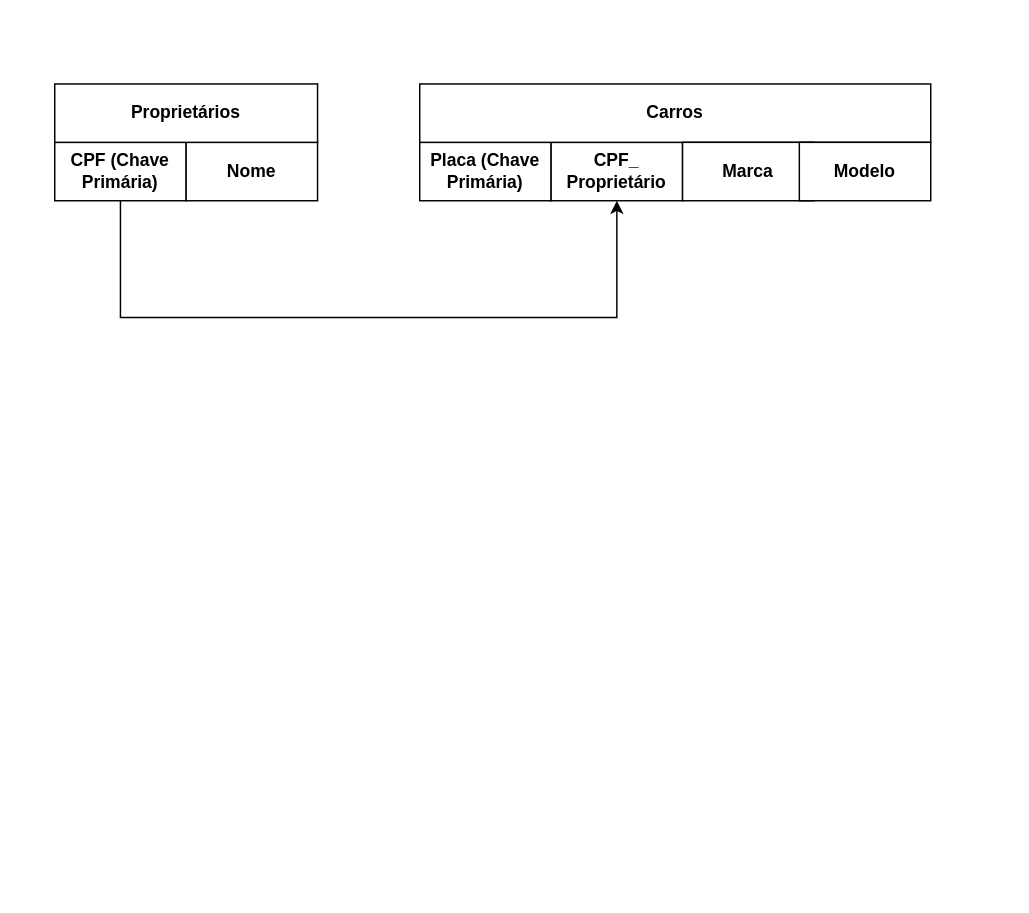
Above: Diagrama sem nome.drawio in ArturRSA19/SBD1 (draw.io), before the change. Source tidied: cells renumbered, new cells numbered last; positions are measured from the earlier drawing's top-left corner, leaving out a move shared by most shapes. Both pictures are drawn from the tidied source at 146%, with x=0, y=0 at pixel (54, 83).
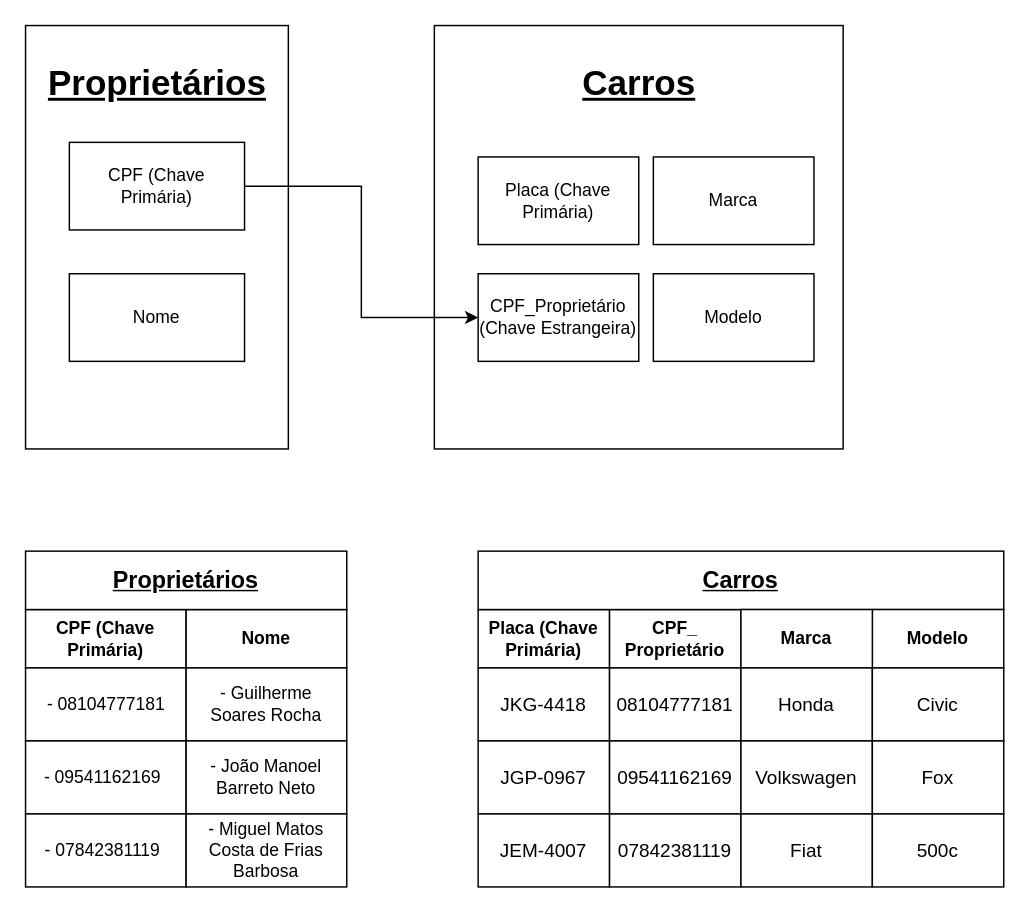
After the change.

Commit message:
Diagrama de Esquemas SBD1

Diff of the diagram source:
```diff
@@
     <mxCell id="2" value="&lt;b&gt;CPF (Chave Primária)&lt;br&gt;&lt;/b&gt;" style="rounded=0;whiteSpace=wrap;html=1;" parent="1" vertex="1">
-      <mxGeometry y="40" width="90" height="40" as="geometry" />
+      <mxGeometry x="-20" y="360" width="110" height="40" as="geometry" />
     </mxCell>
     <mxCell id="3" value="&lt;b&gt;Nome&lt;/b&gt;" style="rounded=0;whiteSpace=wrap;html=1;" parent="1" vertex="1">
-      <mxGeometry x="90" y="40" width="90" height="40" as="geometry" />
+      <mxGeometry x="90" y="360" width="110" height="40" as="geometry" />
     </mxCell>
-    <mxCell id="4" value="&lt;b&gt;Proprietários&lt;br&gt;&lt;/b&gt;" style="rounded=0;whiteSpace=wrap;html=1;" parent="1" vertex="1">
-      <mxGeometry width="180" height="40" as="geometry" />
+    <mxCell id="4" value="&lt;b&gt;&lt;font style=&quot;font-size: 16px;&quot;&gt;&lt;u&gt;Proprietários&lt;/u&gt;&lt;/font&gt;&lt;br&gt;&lt;/b&gt;" style="rounded=0;whiteSpace=wrap;html=1;" parent="1" vertex="1">
+      <mxGeometry x="-20" y="320" width="220" height="40" as="geometry" />
     </mxCell>
     <mxCell id="5" value="&lt;b&gt;Placa (Chave Primária)&lt;br&gt;&lt;/b&gt;" style="rounded=0;whiteSpace=wrap;html=1;" parent="1" vertex="1">
-      <mxGeometry x="250" y="40" width="90" height="40" as="geometry" />
+      <mxGeometry x="290" y="360" width="90" height="40" as="geometry" />
     </mxCell>
     <mxCell id="6" value="&lt;b&gt;CPF_&lt;br&gt;Proprietário&lt;br&gt;&lt;/b&gt;" style="rounded=0;whiteSpace=wrap;html=1;" parent="1" vertex="1">
-      <mxGeometry x="340" y="40" width="90" height="40" as="geometry" />
+      <mxGeometry x="380" y="360" width="90" height="40" as="geometry" />
     </mxCell>
-    <mxCell id="7" value="&lt;b&gt;Carros&lt;br&gt;&lt;/b&gt;" style="rounded=0;whiteSpace=wrap;html=1;" parent="1" vertex="1">
-      <mxGeometry x="250" width="350" height="40" as="geometry" />
+    <mxCell id="7" value="&lt;b&gt;&lt;font style=&quot;font-size: 16px;&quot;&gt;&lt;u&gt;Carros&lt;/u&gt;&lt;/font&gt;&lt;br&gt;&lt;/b&gt;" style="rounded=0;whiteSpace=wrap;html=1;" parent="1" vertex="1">
+      <mxGeometry x="290" y="320" width="360" height="40" as="geometry" />
     </mxCell>
+    <mxCell id="9" value="&lt;b&gt;Modelo&lt;/b&gt;" style="rounded=0;whiteSpace=wrap;html=1;" parent="1" vertex="1">
+      <mxGeometry x="560" y="360" width="90" height="40" as="geometry" />
+    </mxCell>
+    <mxCell id="11" style="rounded=0;whiteSpace=wrap;html=1;" parent="1" vertex="1">
+      <mxGeometry x="-20" y="-40" width="180" height="290" as="geometry" />
+    </mxCell>
+    <mxCell id="12" value="&lt;u&gt;Proprietários&lt;/u&gt;" style="text;strokeColor=none;fillColor=none;html=1;fontSize=24;fontStyle=1;verticalAlign=middle;align=center;" parent="1" vertex="1">
+      <mxGeometry x="20" y="-20" width="100" height="40" as="geometry" />
+    </mxCell>
+    <mxCell id="13" value="CPF (Chave Primária)" style="rounded=0;whiteSpace=wrap;html=1;" parent="1" vertex="1">
+      <mxGeometry x="10" y="40" width="120" height="60" as="geometry" />
+    </mxCell>
+    <mxCell id="14" value="Nome" style="rounded=0;whiteSpace=wrap;html=1;" parent="1" vertex="1">
+      <mxGeometry x="10" y="130" width="120" height="60" as="geometry" />
+    </mxCell>
+    <mxCell id="15" style="rounded=0;whiteSpace=wrap;html=1;" parent="1" vertex="1">
+      <mxGeometry x="260" y="-40" width="280" height="290" as="geometry" />
+    </mxCell>
+    <mxCell id="16" value="Carros" style="text;strokeColor=none;fillColor=none;html=1;fontSize=24;fontStyle=5;verticalAlign=middle;align=center;" parent="1" vertex="1">
+      <mxGeometry x="350" y="-20" width="100" height="40" as="geometry" />
+    </mxCell>
+    <mxCell id="17" value="Placa (Chave Primária)" style="rounded=0;whiteSpace=wrap;html=1;" parent="1" vertex="1">
+      <mxGeometry x="290" y="50" width="110" height="60" as="geometry" />
+    </mxCell>
+    <mxCell id="18" value="CPF_Proprietário (Chave Estrangeira)" style="rounded=0;whiteSpace=wrap;html=1;" parent="1" vertex="1">
+      <mxGeometry x="290" y="130" width="110" height="60" as="geometry" />
+    </mxCell>
+    <mxCell id="19" value="Marca" style="rounded=0;whiteSpace=wrap;html=1;" parent="1" vertex="1">
+      <mxGeometry x="410" y="50" width="110" height="60" as="geometry" />
+    </mxCell>
+    <mxCell id="20" value="Modelo" style="rounded=0;whiteSpace=wrap;html=1;" parent="1" vertex="1">
+      <mxGeometry x="410" y="130" width="110" height="60" as="geometry" />
+    </mxCell>
+    <mxCell id="21" style="endArrow=classic;html=1;rounded=0;exitX=1;exitY=0.5;exitDx=0;exitDy=0;entryX=0;entryY=0.5;entryDx=0;entryDy=0;" parent="1" edge="1" source="13" target="18">
+      <mxGeometry relative="1" as="geometry">
+        <Array as="points">
+          <mxPoint x="210" y="70" />
+          <mxPoint x="210" y="160" />
+        </Array>
+      </mxGeometry>
+    </mxCell>
+    <mxCell id="22" style="rounded=0;whiteSpace=wrap;html=1;" parent="1" vertex="1">
+      <mxGeometry x="290" y="400" width="90" height="50" as="geometry" />
+    </mxCell>
+    <mxCell id="23" value="JKG-4418" style="text;html=1;strokeColor=none;fillColor=none;align=center;verticalAlign=middle;whiteSpace=wrap;rounded=0;fontSize=13;" parent="1" vertex="1">
+      <mxGeometry x="290" y="410" width="90" height="30" as="geometry" />
+    </mxCell>
+    <mxCell id="24" style="rounded=0;whiteSpace=wrap;html=1;" parent="1" vertex="1">
+      <mxGeometry x="380" y="400" width="90" height="50" as="geometry" />
+    </mxCell>
     <mxCell id="8" value="&lt;b&gt;Marca&lt;/b&gt;" style="rounded=0;whiteSpace=wrap;html=1;" parent="1" vertex="1">
-      <mxGeometry x="430" y="40" width="90" height="40" as="geometry" />
+      <mxGeometry x="470" y="360" width="90" height="40" as="geometry" />
     </mxCell>
-    <mxCell id="9" value="&lt;b&gt;Modelo&lt;/b&gt;" style="rounded=0;whiteSpace=wrap;html=1;" parent="1" vertex="1">
-      <mxGeometry x="510" y="40" width="90" height="40" as="geometry" />
-    </mxCell>
-    <mxCell id="10" style="endArrow=classic;html=1;rounded=0;exitX=0.5;exitY=1;exitDx=0;exitDy=0;entryX=0.5;entryY=1;entryDx=0;entryDy=0;" parent="1" edge="1" source="2" target="6">
-      <mxGeometry relative="1" as="geometry">
-        <Array as="points">
-          <mxPoint x="45" y="160" />
-          <mxPoint x="385" y="160" />
-        </Array>
-      </mxGeometry>
-    </mxCell>
+    <mxCell id="25" style="rounded=0;whiteSpace=wrap;html=1;" parent="1" vertex="1">
+      <mxGeometry x="470" y="400" width="90" height="50" as="geometry" />
+    </mxCell>
+    <mxCell id="26" style="rounded=0;whiteSpace=wrap;html=1;" parent="1" vertex="1">
+      <mxGeometry x="560" y="400" width="90" height="50" as="geometry" />
+    </mxCell>
+    <mxCell id="27" value="08104777181" style="text;html=1;strokeColor=none;fillColor=none;align=center;verticalAlign=middle;whiteSpace=wrap;rounded=0;fontSize=13;" parent="1" vertex="1">
+      <mxGeometry x="380" y="410" width="90" height="30" as="geometry" />
+    </mxCell>
+    <mxCell id="28" value="Honda" style="text;html=1;strokeColor=none;fillColor=none;align=center;verticalAlign=middle;whiteSpace=wrap;rounded=0;fontSize=13;" parent="1" vertex="1">
+      <mxGeometry x="470" y="410" width="90" height="30" as="geometry" />
+    </mxCell>
+    <mxCell id="29" value="Civic" style="text;html=1;strokeColor=none;fillColor=none;align=center;verticalAlign=middle;whiteSpace=wrap;rounded=0;fontSize=13;" parent="1" vertex="1">
+      <mxGeometry x="560" y="410" width="90" height="30" as="geometry" />
+    </mxCell>
+    <mxCell id="30" style="rounded=0;whiteSpace=wrap;html=1;" parent="1" vertex="1">
+      <mxGeometry x="-20" y="400" width="110" height="50" as="geometry" />
+    </mxCell>
+    <mxCell id="31" style="rounded=0;whiteSpace=wrap;html=1;" parent="1" vertex="1">
+      <mxGeometry x="90" y="400" width="110" height="50" as="geometry" />
+    </mxCell>
+    <mxCell id="32" value="- 08104777181" style="text;html=1;strokeColor=none;fillColor=none;align=center;verticalAlign=middle;whiteSpace=wrap;rounded=0;fontSize=12;" parent="1" vertex="1">
+      <mxGeometry x="-7.5" y="410" width="85" height="30" as="geometry" />
+    </mxCell>
+    <mxCell id="33" value="- Guilherme Soares Rocha" style="text;html=1;strokeColor=none;fillColor=none;align=center;verticalAlign=middle;whiteSpace=wrap;rounded=0;fontSize=12;" parent="1" vertex="1">
+      <mxGeometry x="100" y="410" width="90" height="30" as="geometry" />
+    </mxCell>
+    <mxCell id="34" style="rounded=0;whiteSpace=wrap;html=1;fontSize=12;" parent="1" vertex="1">
+      <mxGeometry x="-20" y="450" width="110" height="50" as="geometry" />
+    </mxCell>
+    <mxCell id="35" style="rounded=0;whiteSpace=wrap;html=1;" parent="1" vertex="1">
+      <mxGeometry x="-20" y="500" width="110" height="50" as="geometry" />
+    </mxCell>
+    <mxCell id="36" style="rounded=0;whiteSpace=wrap;html=1;fontSize=12;" parent="1" vertex="1">
+      <mxGeometry x="90" y="450" width="110" height="50" as="geometry" />
+    </mxCell>
+    <mxCell id="37" style="rounded=0;whiteSpace=wrap;html=1;" parent="1" vertex="1">
+      <mxGeometry x="90" y="500" width="110" height="50" as="geometry" />
+    </mxCell>
+    <mxCell id="38" value="- 09541162169" style="text;html=1;strokeColor=none;fillColor=none;align=center;verticalAlign=middle;whiteSpace=wrap;rounded=0;fontSize=12;" parent="1" vertex="1">
+      <mxGeometry x="-12.5" y="460" width="90" height="30" as="geometry" />
+    </mxCell>
+    <mxCell id="39" value="- João Manoel Barreto Neto" style="text;html=1;strokeColor=none;fillColor=none;align=center;verticalAlign=middle;whiteSpace=wrap;rounded=0;fontSize=12;" parent="1" vertex="1">
+      <mxGeometry x="100" y="460" width="90" height="30" as="geometry" />
+    </mxCell>
+    <mxCell id="40" value="- 07842381119" style="text;html=1;strokeColor=none;fillColor=none;align=center;verticalAlign=middle;whiteSpace=wrap;rounded=0;fontSize=12;" parent="1" vertex="1">
+      <mxGeometry x="-12.5" y="510" width="90" height="30" as="geometry" />
+    </mxCell>
+    <mxCell id="41" value="- Miguel Matos Costa de Frias Barbosa" style="text;html=1;strokeColor=none;fillColor=none;align=center;verticalAlign=middle;whiteSpace=wrap;rounded=0;fontSize=12;" parent="1" vertex="1">
+      <mxGeometry x="100" y="510" width="90" height="30" as="geometry" />
+    </mxCell>
+    <mxCell id="42" style="rounded=0;whiteSpace=wrap;html=1;" parent="1" vertex="1">
+      <mxGeometry x="290" y="450" width="90" height="50" as="geometry" />
+    </mxCell>
+    <mxCell id="43" style="rounded=0;whiteSpace=wrap;html=1;" parent="1" vertex="1">
+      <mxGeometry x="290" y="500" width="90" height="50" as="geometry" />
+    </mxCell>
+    <mxCell id="44" style="rounded=0;whiteSpace=wrap;html=1;" parent="1" vertex="1">
+      <mxGeometry x="380" y="450" width="90" height="50" as="geometry" />
+    </mxCell>
+    <mxCell id="45" style="rounded=0;whiteSpace=wrap;html=1;" parent="1" vertex="1">
+      <mxGeometry x="380" y="500" width="90" height="50" as="geometry" />
+    </mxCell>
+    <mxCell id="46" style="rounded=0;whiteSpace=wrap;html=1;" parent="1" vertex="1">
+      <mxGeometry x="470" y="450" width="90" height="50" as="geometry" />
+    </mxCell>
+    <mxCell id="47" style="rounded=0;whiteSpace=wrap;html=1;" parent="1" vertex="1">
+      <mxGeometry x="470" y="500" width="90" height="50" as="geometry" />
+    </mxCell>
+    <mxCell id="48" style="rounded=0;whiteSpace=wrap;html=1;" parent="1" vertex="1">
+      <mxGeometry x="560" y="450" width="90" height="50" as="geometry" />
+    </mxCell>
+    <mxCell id="49" style="rounded=0;whiteSpace=wrap;html=1;" parent="1" vertex="1">
+      <mxGeometry x="560" y="500" width="90" height="50" as="geometry" />
+    </mxCell>
+    <mxCell id="50" value="09541162169" style="text;html=1;strokeColor=none;fillColor=none;align=center;verticalAlign=middle;whiteSpace=wrap;rounded=0;fontSize=13;" parent="1" vertex="1">
+      <mxGeometry x="380" y="460" width="90" height="30" as="geometry" />
+    </mxCell>
+    <mxCell id="51" value="07842381119" style="text;html=1;strokeColor=none;fillColor=none;align=center;verticalAlign=middle;whiteSpace=wrap;rounded=0;fontSize=13;" parent="1" vertex="1">
+      <mxGeometry x="380" y="510" width="90" height="30" as="geometry" />
+    </mxCell>
+    <mxCell id="52" value="JGP-0967" style="text;html=1;strokeColor=none;fillColor=none;align=center;verticalAlign=middle;whiteSpace=wrap;rounded=0;fontSize=13;" parent="1" vertex="1">
+      <mxGeometry x="290" y="460" width="90" height="30" as="geometry" />
+    </mxCell>
+    <mxCell id="53" value="JEM-4007" style="text;html=1;strokeColor=none;fillColor=none;align=center;verticalAlign=middle;whiteSpace=wrap;rounded=0;fontSize=13;" parent="1" vertex="1">
+      <mxGeometry x="290" y="510" width="90" height="30" as="geometry" />
+    </mxCell>
+    <mxCell id="54" value="Volkswagen" style="text;html=1;strokeColor=none;fillColor=none;align=center;verticalAlign=middle;whiteSpace=wrap;rounded=0;fontSize=13;" parent="1" vertex="1">
+      <mxGeometry x="470" y="460" width="90" height="30" as="geometry" />
+    </mxCell>
+    <mxCell id="55" value="Fox" style="text;html=1;strokeColor=none;fillColor=none;align=center;verticalAlign=middle;whiteSpace=wrap;rounded=0;fontSize=13;" parent="1" vertex="1">
+      <mxGeometry x="560" y="460" width="90" height="30" as="geometry" />
+    </mxCell>
+    <mxCell id="56" value="Fiat" style="text;html=1;strokeColor=none;fillColor=none;align=center;verticalAlign=middle;whiteSpace=wrap;rounded=0;fontSize=13;" parent="1" vertex="1">
+      <mxGeometry x="470" y="510" width="90" height="30" as="geometry" />
+    </mxCell>
+    <mxCell id="57" value="500c" style="text;html=1;strokeColor=none;fillColor=none;align=center;verticalAlign=middle;whiteSpace=wrap;rounded=0;fontSize=13;" parent="1" vertex="1">
+      <mxGeometry x="560" y="510" width="90" height="30" as="geometry" />
+    </mxCell>
```
